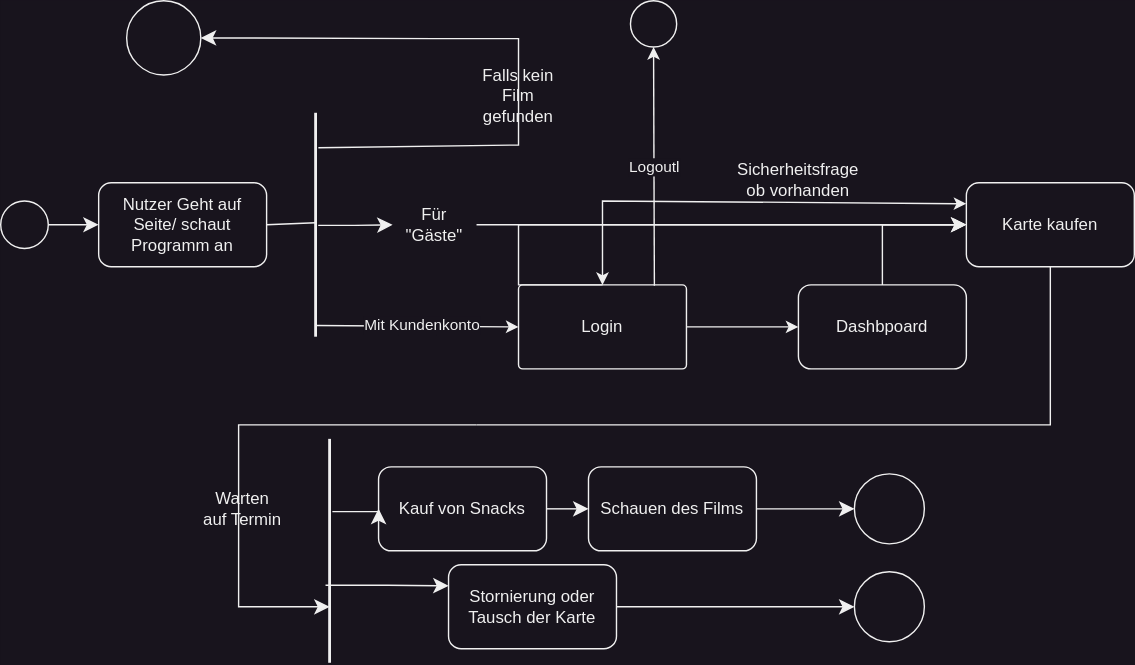
Before: src/main/asciidoc/models/analysis/Aktivität/NutzerDiagramm.svg, a diagram exported from draw.io (Leonard0108/Anwendungsprogrammierung). Source tidied: cells renumbered, new cells last; positions are measured from the earlier drawing's top-left corner, leaving out a move shared by most shapes.
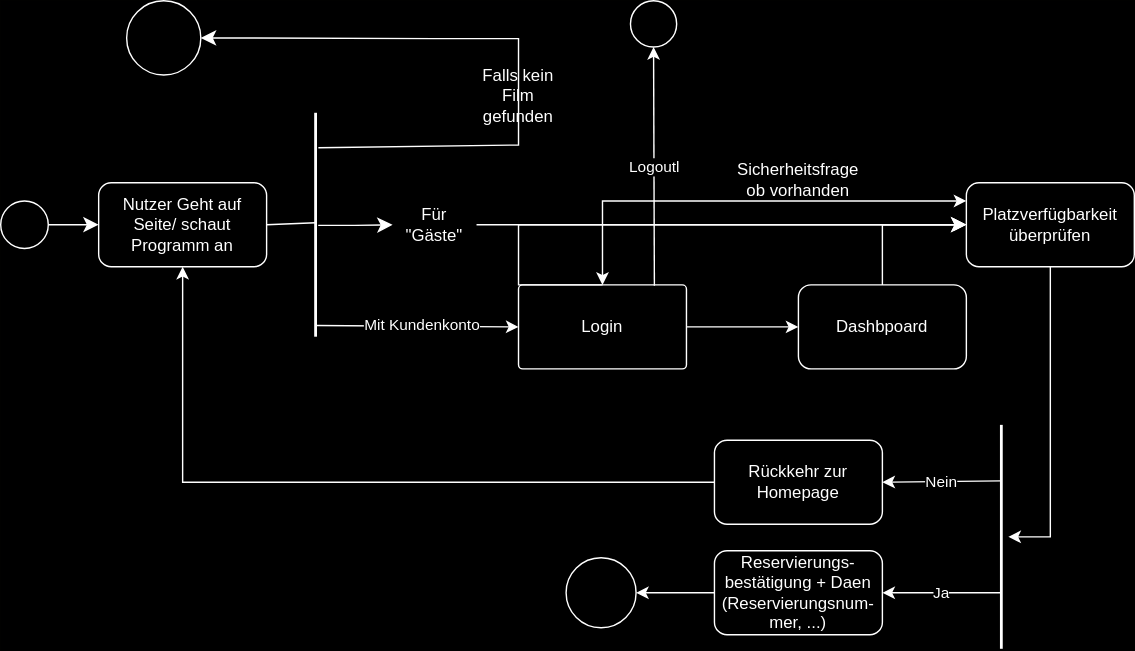
After the change.

The edit, as a diff of the source:
```diff
@@ -29,7 +29,7 @@
         </Array>
       </mxGeometry>
     </mxCell>
-    <mxCell id="9" value="Karte kaufen" style="rounded=1;whiteSpace=wrap;html=1;" parent="1" vertex="1">
+    <mxCell id="9" value="Platzverfügbarkeit überprüfen" style="rounded=1;whiteSpace=wrap;html=1;" parent="1" vertex="1">
       <mxGeometry x="690" y="130" width="120" height="60" as="geometry" />
     </mxCell>
     <mxCell id="10" style="edgeStyle=elbowEdgeStyle;elbow=horizontal;endArrow=classic;html=1;curved=0;rounded=0;endSize=8;startSize=8;exitX=1;exitY=0.5;exitDx=0;exitDy=0;entryX=0;entryY=0.5;entryDx=0;entryDy=0;" parent="1" edge="1" source="28" target="9">
@@ -45,50 +45,6 @@
         </Array>
       </mxGeometry>
     </mxCell>
-    <mxCell id="13" value="Stornierung oder Tausch der Karte" style="rounded=1;whiteSpace=wrap;html=1;" parent="1" vertex="1">
-      <mxGeometry x="320" y="403" width="120" height="60" as="geometry" />
-    </mxCell>
-    <mxCell id="14" style="line;strokeWidth=2;direction=south;html=1;" parent="1" vertex="1">
-      <mxGeometry x="230" y="313" width="10" height="160" as="geometry" />
-    </mxCell>
-    <mxCell id="15" style="edgeStyle=elbowEdgeStyle;elbow=horizontal;endArrow=classic;html=1;curved=0;rounded=0;endSize=8;startSize=8;entryX=0.75;entryY=0.5;entryDx=0;entryDy=0;entryPerimeter=0;" parent="1" edge="1" target="14">
-      <mxGeometry relative="1" as="geometry">
-        <mxPoint x="340" y="303" as="sourcePoint" />
-        <Array as="points">
-          <mxPoint x="170" y="323" />
-        </Array>
-      </mxGeometry>
-    </mxCell>
-    <mxCell id="16" style="endArrow=none;html=1;rounded=0;entryX=0.5;entryY=1;entryDx=0;entryDy=0;" parent="1" edge="1" target="9">
-      <mxGeometry relative="1" as="geometry">
-        <mxPoint x="340" y="303" as="sourcePoint" />
-        <Array as="points">
-          <mxPoint x="750" y="303" />
-        </Array>
-      </mxGeometry>
-    </mxCell>
-    <mxCell id="17" value="Schauen des Films" style="rounded=1;whiteSpace=wrap;html=1;" parent="1" vertex="1">
-      <mxGeometry x="420" y="333" width="120" height="60" as="geometry" />
-    </mxCell>
-    <mxCell id="18" style="edgeStyle=elbowEdgeStyle;elbow=horizontal;endArrow=classic;html=1;curved=0;rounded=0;endSize=8;startSize=8;exitX=0.654;exitY=0.79;exitDx=0;exitDy=0;exitPerimeter=0;entryX=0;entryY=0.25;entryDx=0;entryDy=0;" parent="1" edge="1" source="14" target="13">
-      <mxGeometry relative="1" as="geometry" />
-    </mxCell>
-    <mxCell id="19" value="Warten auf Termin" style="text;html=1;align=center;verticalAlign=middle;whiteSpace=wrap;rounded=0;" parent="1" vertex="1">
-      <mxGeometry x="143" y="348" width="60" height="30" as="geometry" />
-    </mxCell>
-    <mxCell id="20" style="ellipse;whiteSpace=wrap;html=1;" parent="1" vertex="1">
-      <mxGeometry x="610" y="338" width="50" height="50" as="geometry" />
-    </mxCell>
-    <mxCell id="21" style="edgeStyle=segmentEdgeStyle;endArrow=classic;html=1;curved=0;rounded=0;endSize=8;startSize=8;exitX=1;exitY=0.5;exitDx=0;exitDy=0;entryX=0;entryY=0.5;entryDx=0;entryDy=0;" parent="1" edge="1" source="17" target="20">
-      <mxGeometry relative="1" as="geometry" />
-    </mxCell>
-    <mxCell id="22" style="edgeStyle=elbowEdgeStyle;elbow=horizontal;endArrow=classic;html=1;curved=0;rounded=0;endSize=8;startSize=8;exitX=1;exitY=0.5;exitDx=0;exitDy=0;entryX=0;entryY=0.5;entryDx=0;entryDy=0;" parent="1" edge="1" source="13" target="30">
-      <mxGeometry relative="1" as="geometry">
-        <Array as="points">
-          <mxPoint x="575" y="433" />
-        </Array>
-      </mxGeometry>
-    </mxCell>
     <mxCell id="23" value="Dashbpoard" style="rounded=1;whiteSpace=wrap;html=1;" parent="1" vertex="1">
       <mxGeometry x="570" y="203" width="120" height="60" as="geometry" />
     </mxCell>
@@ -111,17 +67,15 @@
     <mxCell id="28" value="Für &quot;Gäste&quot;" style="text;html=1;align=center;verticalAlign=middle;whiteSpace=wrap;rounded=0;" parent="1" vertex="1">
       <mxGeometry x="280" y="145" width="60" height="30" as="geometry" />
     </mxCell>
-    <mxCell id="29" style="endArrow=classic;startArrow=classic;html=1;rounded=0;entryX=0;entryY=0.25;entryDx=0;entryDy=0;" parent="1" edge="1" target="9">
+    <mxCell id="29" style="endArrow=classic;startArrow=classic;html=1;rounded=0;" parent="1" edge="1">
       <mxGeometry relative="1" as="geometry">
         <mxPoint x="430" y="203" as="sourcePoint" />
+        <mxPoint x="690" y="143" as="targetPoint" />
         <Array as="points">
           <mxPoint x="430" y="143" />
         </Array>
       </mxGeometry>
     </mxCell>
-    <mxCell id="30" style="ellipse;whiteSpace=wrap;html=1;" parent="1" vertex="1">
-      <mxGeometry x="610" y="408" width="50" height="50" as="geometry" />
-    </mxCell>
     <mxCell id="31" style="endArrow=none;html=1;rounded=0;exitX=0.156;exitY=0.3;exitDx=0;exitDy=0;exitPerimeter=0;" parent="1" edge="1" source="5">
       <mxGeometry relative="1" as="geometry">
         <mxPoint x="370" y="83" as="targetPoint" />
@@ -142,15 +96,6 @@
     <mxCell id="35" value="Mit Kundenkonto" style="edgeLabel;html=1;align=center;verticalAlign=middle;" parent="33" vertex="1">
       <mxGeometry x="0.03" y="1" relative="1" as="geometry" />
     </mxCell>
-    <mxCell id="36" value="Kauf von Snacks" style="rounded=1;whiteSpace=wrap;html=1;" parent="1" vertex="1">
-      <mxGeometry x="270" y="333" width="120" height="60" as="geometry" />
-    </mxCell>
-    <mxCell id="37" style="edgeStyle=segmentEdgeStyle;endArrow=classic;html=1;curved=0;rounded=0;endSize=8;startSize=8;exitX=0.325;exitY=0.3;exitDx=0;exitDy=0;exitPerimeter=0;entryX=0;entryY=0.5;entryDx=0;entryDy=0;" parent="1" edge="1" source="14" target="36">
-      <mxGeometry relative="1" as="geometry" />
-    </mxCell>
-    <mxCell id="38" style="edgeStyle=elbowEdgeStyle;elbow=horizontal;endArrow=classic;html=1;curved=0;rounded=0;endSize=8;startSize=8;entryX=0;entryY=0.5;entryDx=0;entryDy=0;exitX=1;exitY=0.5;exitDx=0;exitDy=0;" parent="1" edge="1" source="36" target="17">
-      <mxGeometry relative="1" as="geometry" />
-    </mxCell>
     <mxCell id="39" style="ellipse;whiteSpace=wrap;html=1;" parent="1" vertex="1">
       <mxGeometry x="450" width="33" height="33" as="geometry" />
     </mxCell>
@@ -160,5 +105,41 @@
     <mxCell id="41" value="Logoutl" style="edgeLabel;html=1;align=center;verticalAlign=middle;" parent="40" vertex="1">
       <mxGeometry relative="1" as="geometry" />
     </mxCell>
+    <mxCell id="42" style="endArrow=classic;html=1;rounded=0;exitX=0.5;exitY=1;exitDx=0;exitDy=0;" parent="1" edge="1" source="9">
+      <mxGeometry relative="1" as="geometry">
+        <mxPoint x="720" y="383" as="targetPoint" />
+        <Array as="points">
+          <mxPoint x="750" y="383" />
+        </Array>
+      </mxGeometry>
+    </mxCell>
+    <mxCell id="43" style="ellipse;whiteSpace=wrap;html=1;" parent="1" vertex="1">
+      <mxGeometry x="404" y="398" width="50" height="50" as="geometry" />
+    </mxCell>
+    <mxCell id="44" value="Rückkehr zur Homepage" style="rounded=1;whiteSpace=wrap;html=1;" parent="1" vertex="1">
+      <mxGeometry x="510" y="314" width="120" height="60" as="geometry" />
+    </mxCell>
+    <mxCell id="45" style="line;strokeWidth=2;direction=south;html=1;" parent="1" vertex="1">
+      <mxGeometry x="710" y="303" width="10" height="160" as="geometry" />
+    </mxCell>
+    <mxCell id="46" value="Nein&lt;br&gt;" style="endArrow=classic;html=1;rounded=0;exitX=0.25;exitY=0.5;exitDx=0;exitDy=0;exitPerimeter=0;entryX=1;entryY=0.5;entryDx=0;entryDy=0;" parent="1" edge="1" source="45" target="44">
+      <mxGeometry relative="1" as="geometry" />
+    </mxCell>
+    <mxCell id="47" value="Ja" style="endArrow=classic;html=1;rounded=0;exitX=0.75;exitY=0.5;exitDx=0;exitDy=0;exitPerimeter=0;entryX=1;entryY=0.5;entryDx=0;entryDy=0;" parent="1" edge="1" source="45" target="48">
+      <mxGeometry relative="1" as="geometry" />
+    </mxCell>
+    <mxCell id="48" value="Reservierungs-bestätigung + Daen (Reservierungsnum-&lt;br&gt;mer, ...)" style="rounded=1;whiteSpace=wrap;html=1;" parent="1" vertex="1">
+      <mxGeometry x="510" y="393" width="120" height="60" as="geometry" />
+    </mxCell>
+    <mxCell id="49" style="endArrow=classic;html=1;rounded=0;exitX=0;exitY=0.5;exitDx=0;exitDy=0;entryX=1;entryY=0.5;entryDx=0;entryDy=0;" parent="1" edge="1" source="48" target="43">
+      <mxGeometry relative="1" as="geometry" />
+    </mxCell>
+    <mxCell id="50" style="endArrow=classic;html=1;rounded=0;exitX=0;exitY=0.5;exitDx=0;exitDy=0;entryX=0.5;entryY=1;entryDx=0;entryDy=0;" parent="1" edge="1" source="44" target="3">
+      <mxGeometry relative="1" as="geometry">
+        <Array as="points">
+          <mxPoint x="130" y="344" />
+        </Array>
+      </mxGeometry>
+    </mxCell>
   </root>
 </mxGraphModel>
```
